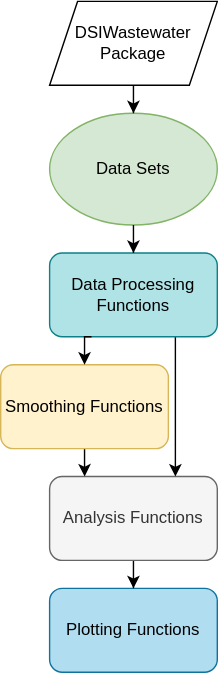
The draw.io diagram images/architecture.svg in UW-Madison-DSI/Covid19Wastewater, before a commit. Source tidied: cells renumbered, new cells last; positions are measured from the earlier drawing's top-left corner, leaving out a move shared by most shapes.
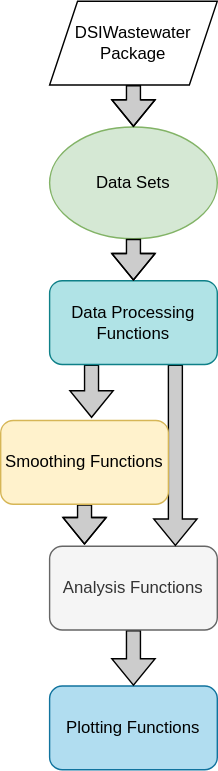
After the commit.

Commit message:
Changed arrows to grey for better visibility in dark mode.

Diff of the diagram source:
```diff
@@ -2,49 +2,41 @@
   <root>
     <mxCell id="0" />
     <mxCell id="1" parent="0" />
-    <mxCell id="2" style="group;" parent="1" vertex="1">
-      <mxGeometry width="155" height="480" as="geometry" />
-    </mxCell>
-    <mxCell id="3" value="Data Sets" style="ellipse;whiteSpace=wrap;html=1;fillColor=#d5e8d4;strokeColor=#82b366;" parent="2" vertex="1">
+    <mxCell id="3" value="Data Sets" style="ellipse;whiteSpace=wrap;html=1;fillColor=#d5e8d4;strokeColor=#82b366;" parent="1" vertex="1">
       <mxGeometry x="35" y="80" width="120" height="80" as="geometry" />
     </mxCell>
-    <mxCell id="4" style="edgeStyle=orthogonalEdgeStyle;rounded=0;jettySize=auto;html=1;" parent="2" edge="1" source="5" target="3">
+    <mxCell id="4" style="edgeStyle=orthogonalEdgeStyle;rounded=0;jettySize=auto;html=1;fillColor=#CCCCCC;shape=flexArrow;" parent="1" edge="1" source="5" target="3">
       <mxGeometry relative="1" as="geometry" />
     </mxCell>
-    <mxCell id="5" value="DSIWastewater&lt;br&gt;Package" style="shape=parallelogram;perimeter=parallelogramPerimeter;whiteSpace=wrap;html=1;fixedSize=1;" parent="2" vertex="1">
-      <mxGeometry x="35" width="120" height="60" as="geometry" />
+    <mxCell id="5" value="DSIWastewater&lt;br&gt;Package" style="shape=parallelogram;perimeter=parallelogramPerimeter;whiteSpace=wrap;html=1;fixedSize=1;" parent="1" vertex="1">
+      <mxGeometry x="35" y="-10" width="120" height="60" as="geometry" />
     </mxCell>
-    <mxCell id="6" value="Plotting Functions" style="rounded=1;whiteSpace=wrap;html=1;fillColor=#b1ddf0;strokeColor=#10739e;" parent="2" vertex="1">
-      <mxGeometry x="35" y="420" width="120" height="60" as="geometry" />
+    <mxCell id="6" value="Plotting Functions" style="rounded=1;whiteSpace=wrap;html=1;fillColor=#b1ddf0;strokeColor=#10739e;" parent="1" vertex="1">
+      <mxGeometry x="35" y="480" width="120" height="60" as="geometry" />
     </mxCell>
-    <mxCell id="7" style="edgeStyle=orthogonalEdgeStyle;rounded=0;jettySize=auto;html=1;entryX=0.5;entryY=0;entryDx=0;entryDy=0;" parent="2" edge="1" source="8" target="6">
+    <mxCell id="7" style="edgeStyle=orthogonalEdgeStyle;rounded=0;jettySize=auto;html=1;entryX=0.5;entryY=0;entryDx=0;entryDy=0;shape=flexArrow;fillColor=#CCCCCC;" parent="1" edge="1" source="8" target="6">
       <mxGeometry relative="1" as="geometry" />
     </mxCell>
-    <mxCell id="8" value="Analysis Functions" style="rounded=1;whiteSpace=wrap;html=1;fillColor=#f5f5f5;fontColor=#333333;strokeColor=#666666;" parent="2" vertex="1">
-      <mxGeometry x="35" y="340" width="120" height="60" as="geometry" />
+    <mxCell id="8" value="Analysis Functions" style="rounded=1;whiteSpace=wrap;html=1;fillColor=#f5f5f5;fontColor=#333333;strokeColor=#666666;" parent="1" vertex="1">
+      <mxGeometry x="35" y="380" width="120" height="60" as="geometry" />
     </mxCell>
-    <mxCell id="9" style="edgeStyle=orthogonalEdgeStyle;rounded=0;jettySize=auto;html=1;exitX=0.75;exitY=1;exitDx=0;exitDy=0;entryX=0.75;entryY=0;entryDx=0;entryDy=0;" parent="2" edge="1" source="10" target="8">
+    <mxCell id="9" style="edgeStyle=orthogonalEdgeStyle;rounded=0;jettySize=auto;html=1;exitX=0.75;exitY=1;exitDx=0;exitDy=0;entryX=0.75;entryY=0;entryDx=0;entryDy=0;shape=flexArrow;fillColor=#CCCCCC;" parent="1" edge="1" source="10" target="8">
       <mxGeometry relative="1" as="geometry" />
     </mxCell>
+    <mxCell id="14" style="edgeStyle=orthogonalEdgeStyle;shape=flexArrow;rounded=0;jettySize=auto;html=1;exitX=0.25;exitY=1;exitDx=0;exitDy=0;entryX=0.542;entryY=-0.029;entryDx=0;entryDy=0;entryPerimeter=0;fillColor=#CCCCCC;" parent="1" edge="1" source="10" target="13">
+      <mxGeometry relative="1" as="geometry" />
+    </mxCell>
-    <mxCell id="10" value="Data Processing Functions" style="rounded=1;whiteSpace=wrap;html=1;fillColor=#b0e3e6;strokeColor=#0e8088;" parent="2" vertex="1">
-      <mxGeometry x="35" y="180" width="120" height="60" as="geometry" />
+    <mxCell id="10" value="Data Processing Functions" style="rounded=1;whiteSpace=wrap;html=1;fillColor=#b0e3e6;strokeColor=#0e8088;" parent="1" vertex="1">
+      <mxGeometry x="35" y="190" width="120" height="60" as="geometry" />
     </mxCell>
-    <mxCell id="11" style="edgeStyle=orthogonalEdgeStyle;rounded=0;jettySize=auto;html=1;" parent="2" edge="1" source="3" target="10">
+    <mxCell id="11" style="edgeStyle=orthogonalEdgeStyle;rounded=0;jettySize=auto;html=1;fillColor=#CCCCCC;shape=flexArrow;" parent="1" edge="1" source="3" target="10">
       <mxGeometry relative="1" as="geometry" />
     </mxCell>
-    <mxCell id="12" style="edgeStyle=orthogonalEdgeStyle;rounded=0;jettySize=auto;html=1;exitX=0.5;exitY=1;exitDx=0;exitDy=0;entryX=0.209;entryY=0;entryDx=0;entryDy=0;entryPerimeter=0;" parent="2" edge="1" source="13" target="8">
-      <mxGeometry relative="1" as="geometry">
-        <Array as="points">
-          <mxPoint x="60" y="330" />
-          <mxPoint x="60" y="330" />
-        </Array>
-      </mxGeometry>
+    <mxCell id="12" style="edgeStyle=orthogonalEdgeStyle;shape=flexArrow;rounded=0;jettySize=auto;html=1;entryX=0.208;entryY=-0.018;entryDx=0;entryDy=0;entryPerimeter=0;fillColor=#CCCCCC;" parent="1" edge="1" source="13" target="8">
+      <mxGeometry relative="1" as="geometry" />
     </mxCell>
-    <mxCell id="13" value="Smoothing Functions" style="rounded=1;whiteSpace=wrap;html=1;fillColor=#fff2cc;strokeColor=#d6b656;" parent="2" vertex="1">
-      <mxGeometry y="260" width="120" height="60" as="geometry" />
+    <mxCell id="13" value="Smoothing Functions" style="rounded=1;whiteSpace=wrap;html=1;fillColor=#fff2cc;strokeColor=#d6b656;" parent="1" vertex="1">
+      <mxGeometry y="290" width="120" height="60" as="geometry" />
     </mxCell>
-    <mxCell id="14" style="edgeStyle=orthogonalEdgeStyle;rounded=0;jettySize=auto;html=1;exitX=0.25;exitY=1;exitDx=0;exitDy=0;entryX=0.5;entryY=0;entryDx=0;entryDy=0;" parent="2" edge="1" source="10" target="13">
-      <mxGeometry relative="1" as="geometry" />
-    </mxCell>
   </root>
 </mxGraphModel>
```
